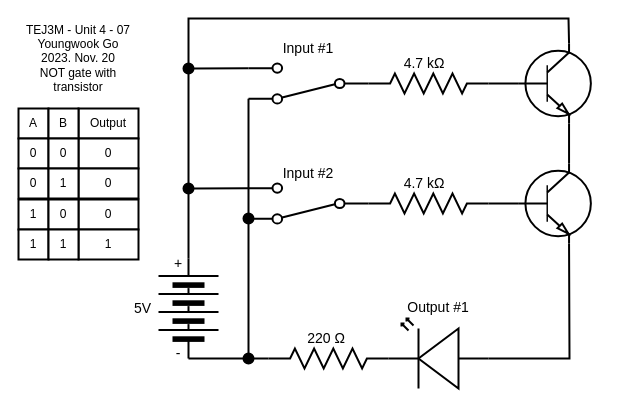
Youngwook-Go/TEJ3M-Unit4 keeps this draw.io diagram as Unit4-09/Unit4-09.drawio. Above is the earlier version. Source tidied: cells renumbered, new cells numbered last; positions are measured from the earlier drawing's top-left corner, leaving out a move shared by most shapes. Both pictures are drawn from the tidied source at 100%, with x=0, y=0 at pixel (18, 18).
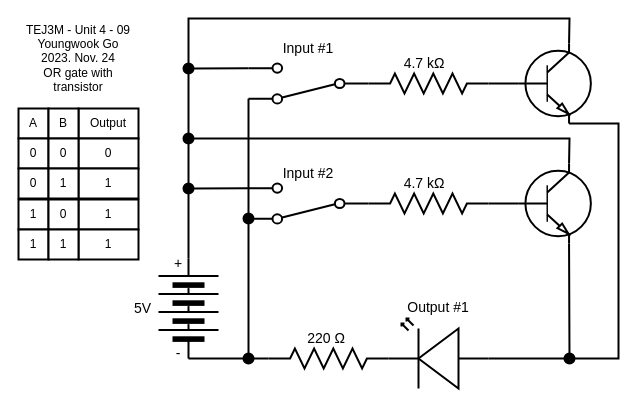
The same page after the edit.

Unchanged cells that the change refers to:
```xml
<mxCell id="21" style="verticalLabelPosition=bottom;shadow=0;dashed=0;align=center;html=1;verticalAlign=top;shape=mxgraph.electrical.transistors.npn_transistor_1;strokeWidth=2;" parent="1" vertex="1">
  <mxGeometry x="496" y="25" width="80" height="80" as="geometry" />
</mxCell>
<mxCell id="32" style="verticalLabelPosition=bottom;shadow=0;dashed=0;align=center;html=1;verticalAlign=top;shape=mxgraph.electrical.transistors.npn_transistor_1;strokeWidth=2;" parent="1" vertex="1">
  <mxGeometry x="496" y="145" width="80" height="80" as="geometry" />
</mxCell>
<mxCell id="48" style="ellipse;whiteSpace=wrap;html=1;strokeWidth=2;fillColor=#000000;" parent="1" vertex="1">
  <mxGeometry x="165" y="165" width="10" height="10" as="geometry" />
</mxCell>
```

Diff of the diagram source:
```diff
@@
-    <mxCell id="2" value="&lt;div style=&quot;font-size: 12px;&quot;&gt;TEJ3M - Unit 4 - 07&lt;/div&gt;&lt;div style=&quot;font-size: 12px;&quot;&gt;Youngwook Go&lt;/div&gt;&lt;div style=&quot;font-size: 12px;&quot;&gt;2023. Nov. 20&lt;/div&gt;&lt;div style=&quot;&quot;&gt;NOT gate with transistor&lt;/div&gt;" style="text;html=1;strokeColor=none;fillColor=none;align=center;verticalAlign=middle;whiteSpace=wrap;rounded=0;strokeWidth=2;fontSize=12;" parent="1" vertex="1">
+    <mxCell id="2" value="&lt;div style=&quot;font-size: 12px;&quot;&gt;TEJ3M - Unit 4 - 09&lt;/div&gt;&lt;div style=&quot;font-size: 12px;&quot;&gt;Youngwook Go&lt;/div&gt;&lt;div style=&quot;font-size: 12px;&quot;&gt;2023. Nov. 24&lt;/div&gt;&lt;div style=&quot;&quot;&gt;OR gate with transistor&lt;/div&gt;" style="text;html=1;strokeColor=none;fillColor=none;align=center;verticalAlign=middle;whiteSpace=wrap;rounded=0;strokeWidth=2;fontSize=12;" parent="1" vertex="1">
       <mxGeometry width="120" height="80" as="geometry" />
     </mxCell>
@@
-    <mxCell id="8" value="0" style="rounded=0;whiteSpace=wrap;html=1;strokeWidth=2;glass=0;" parent="1" vertex="1">
+    <mxCell id="8" value="1" style="rounded=0;whiteSpace=wrap;html=1;strokeWidth=2;glass=0;" parent="1" vertex="1">
       <mxGeometry x="60" y="150" width="60" height="30" as="geometry" />
     </mxCell>
@@
-    <mxCell id="13" value="0" style="rounded=0;whiteSpace=wrap;html=1;strokeWidth=2;glass=0;" parent="1" vertex="1">
+    <mxCell id="13" value="1" style="rounded=0;whiteSpace=wrap;html=1;strokeWidth=2;glass=0;" parent="1" vertex="1">
       <mxGeometry x="60" y="181" width="60" height="30" as="geometry" />
     </mxCell>
@@
-    <mxCell id="18" style="edgeStyle=none;rounded=0;html=1;exitX=0.5;exitY=0;exitDx=0;exitDy=0;entryX=0.7;entryY=0;entryDx=0;entryDy=0;entryPerimeter=0;strokeWidth=2;endArrow=none;endFill=0;startArrow=none;" parent="1" edge="1" source="48" target="21">
+    <mxCell id="18" style="edgeStyle=none;rounded=0;html=1;exitX=0.5;exitY=0;exitDx=0;exitDy=0;entryX=0.7;entryY=0;entryDx=0;entryDy=0;entryPerimeter=0;strokeWidth=2;endArrow=none;endFill=0;startArrow=none;" parent="1" edge="1" source="54" target="21">
       <mxGeometry relative="1" as="geometry">
         <Array as="points">
           <mxPoint x="170" />
-          <mxPoint x="550" />
+          <mxPoint x="551" />
         </Array>
       </mxGeometry>
     </mxCell>
@@
-    <mxCell id="20" style="edgeStyle=none;rounded=0;html=1;exitX=0.7;exitY=1;exitDx=0;exitDy=0;exitPerimeter=0;entryX=0.7;entryY=0;entryDx=0;entryDy=0;entryPerimeter=0;strokeWidth=2;endArrow=none;endFill=0;" parent="1" edge="1" source="21" target="32">
-      <mxGeometry relative="1" as="geometry" />
-    </mxCell>
+    <mxCell id="50" style="edgeStyle=none;rounded=0;html=1;exitX=0.7;exitY=1;exitDx=0;exitDy=0;exitPerimeter=0;entryX=1;entryY=0.5;entryDx=0;entryDy=0;strokeWidth=2;endArrow=none;endFill=0;" parent="1" edge="1" source="21" target="51">
+      <mxGeometry relative="1" as="geometry">
+        <Array as="points">
+          <mxPoint x="600" y="105" />
+          <mxPoint x="600" y="340" />
+        </Array>
+      </mxGeometry>
+    </mxCell>
@@
+    <mxCell id="51" style="ellipse;whiteSpace=wrap;html=1;strokeWidth=2;fillColor=#000000;" parent="1" vertex="1">
+      <mxGeometry x="546" y="335" width="10" height="10" as="geometry" />
+    </mxCell>
+    <mxCell id="52" style="edgeStyle=none;rounded=0;html=1;exitX=0.5;exitY=0;exitDx=0;exitDy=0;entryX=0.5;entryY=1;entryDx=0;entryDy=0;strokeWidth=2;endArrow=none;endFill=0;startArrow=none;" parent="1" edge="1" source="48" target="54">
+      <mxGeometry relative="1" as="geometry" />
+    </mxCell>
+    <mxCell id="53" style="edgeStyle=none;html=1;exitX=1;exitY=0.5;exitDx=0;exitDy=0;rounded=0;endArrow=none;endFill=0;strokeWidth=2;entryX=0.7;entryY=0;entryDx=0;entryDy=0;entryPerimeter=0;" parent="1" edge="1" source="54" target="32">
+      <mxGeometry relative="1" as="geometry">
+        <Array as="points">
+          <mxPoint x="551" y="120" />
+        </Array>
+      </mxGeometry>
+    </mxCell>
+    <mxCell id="54" style="ellipse;whiteSpace=wrap;html=1;strokeWidth=2;fillColor=#000000;" parent="1" vertex="1">
+      <mxGeometry x="165" y="115" width="10" height="10" as="geometry" />
+    </mxCell>
```
